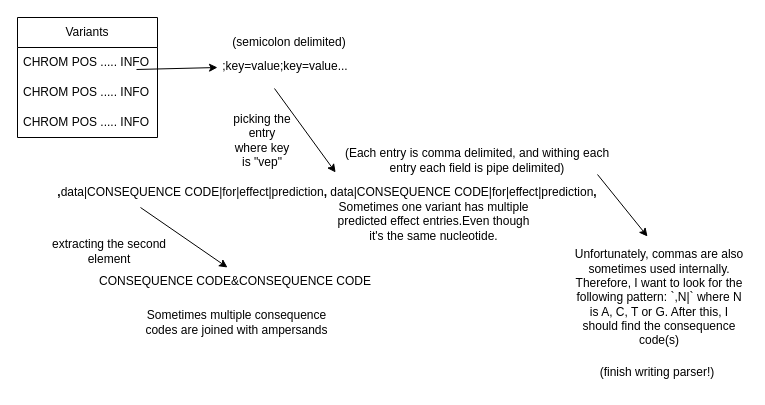
Reilly-Lab-Yale/variant_effects_mnoon keeps this draw.io diagram as intuition/info_field.drawio. Above is the earlier version. Source tidied: cells renumbered, new cells numbered last; positions are measured from the earlier drawing's top-left corner, leaving out a move shared by most shapes. Both pictures are drawn from the tidied source at 100%, with x=0, y=0 at pixel (17, 17).
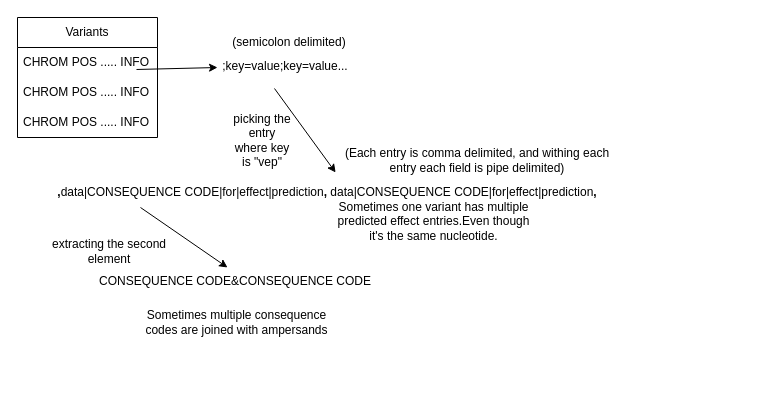
After the change.

What changed in the source:
```diff
@@
-    <mxCell id="18" style="endArrow=classic;html=1;rounded=0;" parent="1" edge="1">
-      <mxGeometry relative="1" as="geometry">
-        <mxPoint x="580" y="157" as="sourcePoint" />
-        <mxPoint x="630" y="219" as="targetPoint" />
-      </mxGeometry>
-    </mxCell>
-    <mxCell id="19" value="Unfortunately, commas are also sometimes used internally. Therefore, I want to look for the following pattern: `,N|` where N is A, C, T or G. After this, I should find the consequence code(s)" style="text;html=1;strokeColor=none;fillColor=none;align=center;verticalAlign=middle;whiteSpace=wrap;rounded=0;" parent="1" vertex="1">
-      <mxGeometry x="554" y="230" width="176" height="100" as="geometry" />
-    </mxCell>
-    <mxCell id="20" value="(finish writing parser!)" style="text;html=1;strokeColor=none;fillColor=none;align=center;verticalAlign=middle;whiteSpace=wrap;rounded=0;" parent="1" vertex="1">
-      <mxGeometry x="570" y="340" width="140" height="30" as="geometry" />
-    </mxCell>
```
